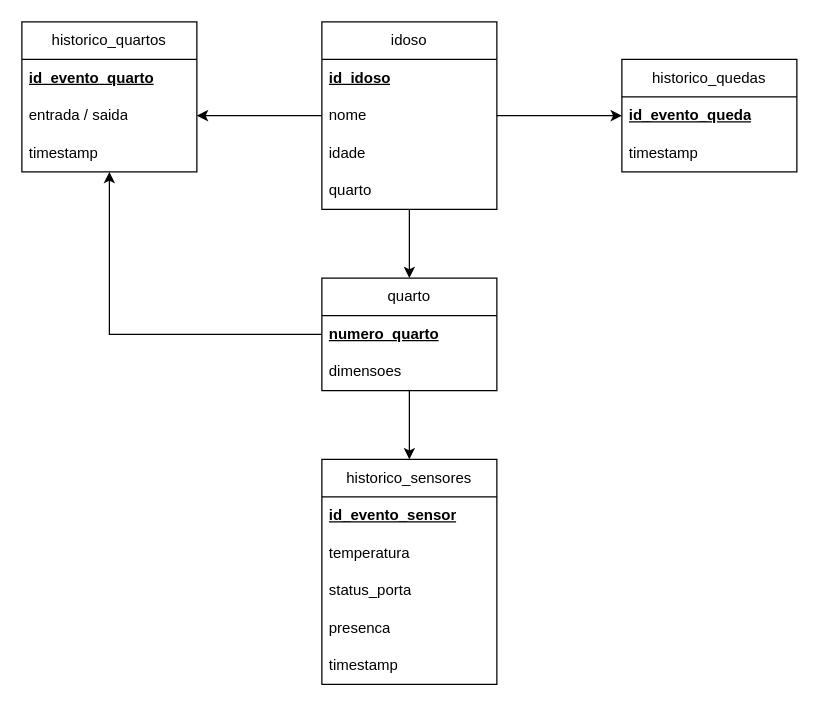
Above: page "Página-1" (2 of 2) of diagrama_entidades.drawio in HenriqueSantiagoUSP/Tarefa-Python-SQL (draw.io), before the change. Source tidied: cells renumbered, new cells numbered last; positions are measured from the earlier drawing's top-left corner, leaving out a move shared by most shapes. Both pictures are drawn from the tidied source at 125%, with x=0, y=0 at pixel (21, 21).
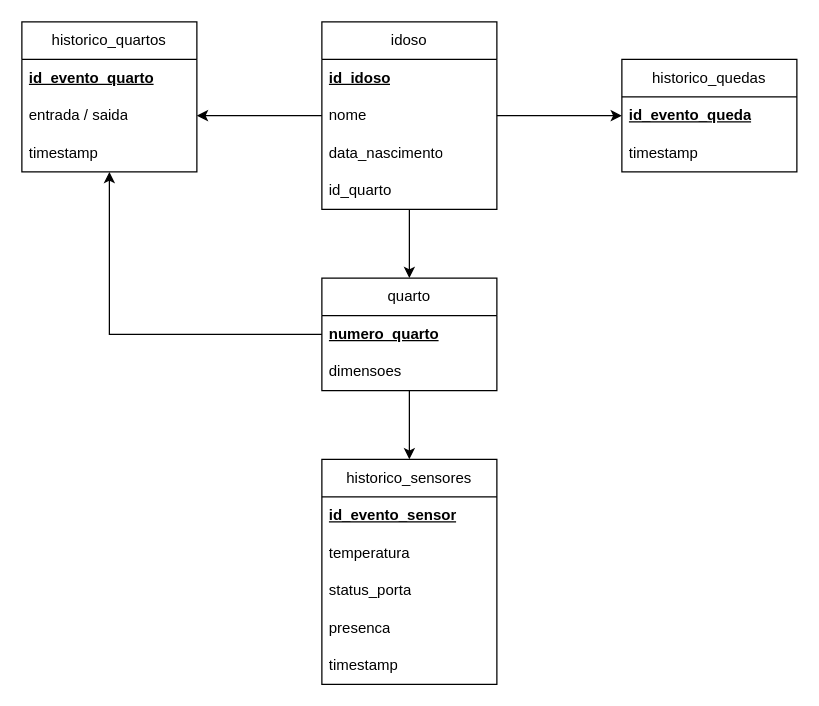
After the change.

The change refers to these unchanged cells:
```xml
<mxCell id="4" value="idoso" style="swimlane;fontStyle=0;horizontal=1;startSize=30;whiteSpace=wrap;html=1;" parent="1" vertex="1">
  <mxGeometry x="240" width="140" height="150" as="geometry" />
</mxCell>
```

Change to the diagram source:
```diff
@@
-    <mxCell id="7" value="idade" style="text;strokeColor=none;fillColor=none;align=left;verticalAlign=middle;spacingLeft=4;spacingRight=4;overflow=hidden;whiteSpace=wrap;html=1;" parent="4" vertex="1">
+    <mxCell id="7" value="data_nascimento" style="text;strokeColor=none;fillColor=none;align=left;verticalAlign=middle;spacingLeft=4;spacingRight=4;overflow=hidden;whiteSpace=wrap;html=1;" parent="4" vertex="1">
       <mxGeometry y="90" width="140" height="30" as="geometry" />
     </mxCell>
-    <mxCell id="8" value="quarto" style="text;strokeColor=none;fillColor=none;align=left;verticalAlign=middle;spacingLeft=4;spacingRight=4;overflow=hidden;whiteSpace=wrap;html=1;" parent="4" vertex="1">
+    <mxCell id="8" value="id_quarto" style="text;strokeColor=none;fillColor=none;align=left;verticalAlign=middle;spacingLeft=4;spacingRight=4;overflow=hidden;whiteSpace=wrap;html=1;" parent="4" vertex="1">
       <mxGeometry y="120" width="140" height="30" as="geometry" />
     </mxCell>
```
